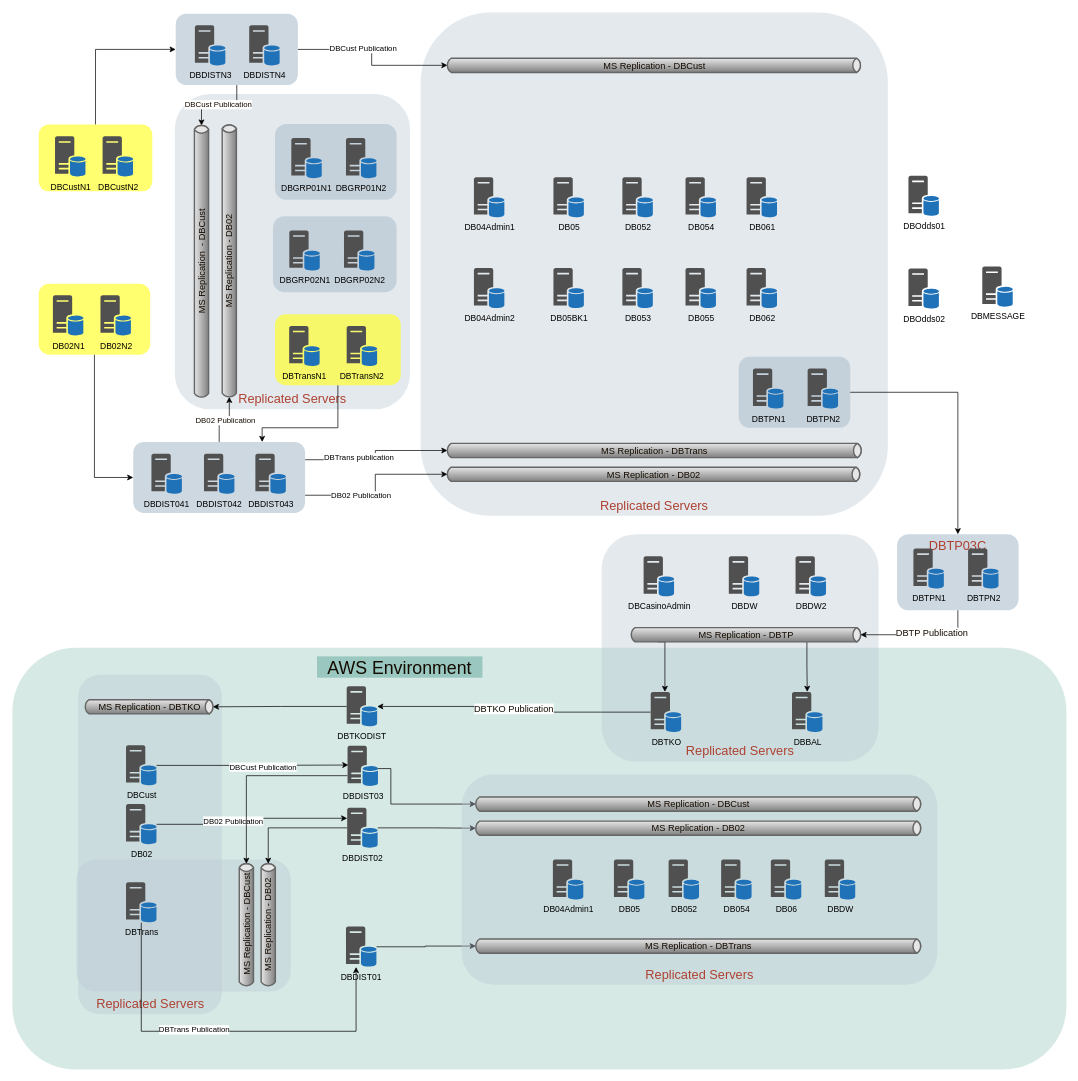
Before: server-management/grafana/flowcharting/grafana_flowchart003.drawio in starixvn/DBA_PROD_database-administration, a draw.io diagram. Source tidied: cells renumbered, new cells numbered last; positions are measured from the earlier drawing's top-left corner, leaving out a move shared by most shapes. Both pictures are drawn from the tidied source at 71%, with x=0, y=0 at pixel (12, 12).
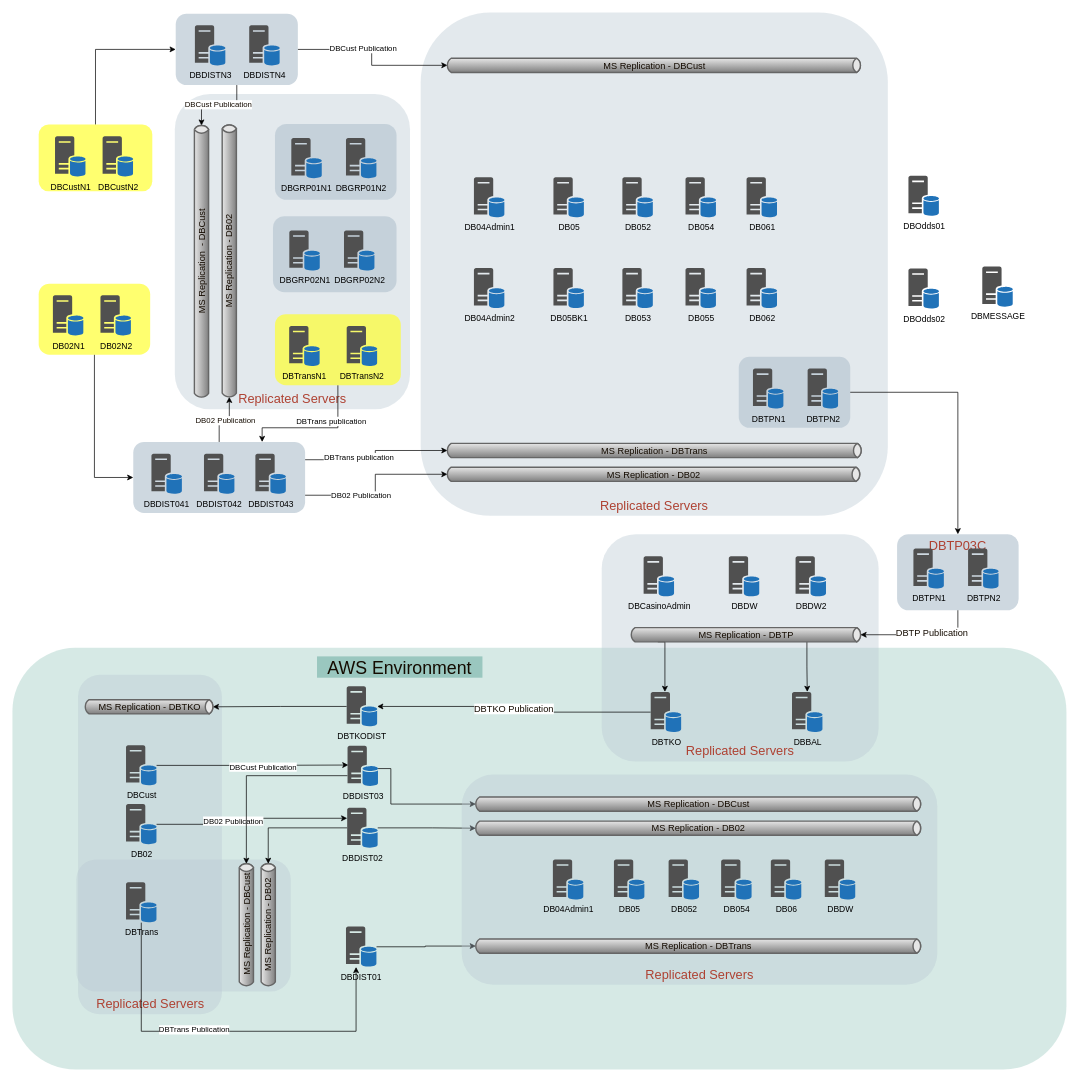
The same page after the edit.

The edit, as a diff of the source:
```diff
@@
+    <mxCell id="112" value="DBTrans publication" style="edgeLabel;html=1;align=center;verticalAlign=middle;" parent="1" vertex="1">
+      <mxGeometry x="448.8" y="575" as="geometry" />
+    </mxCell>
```
